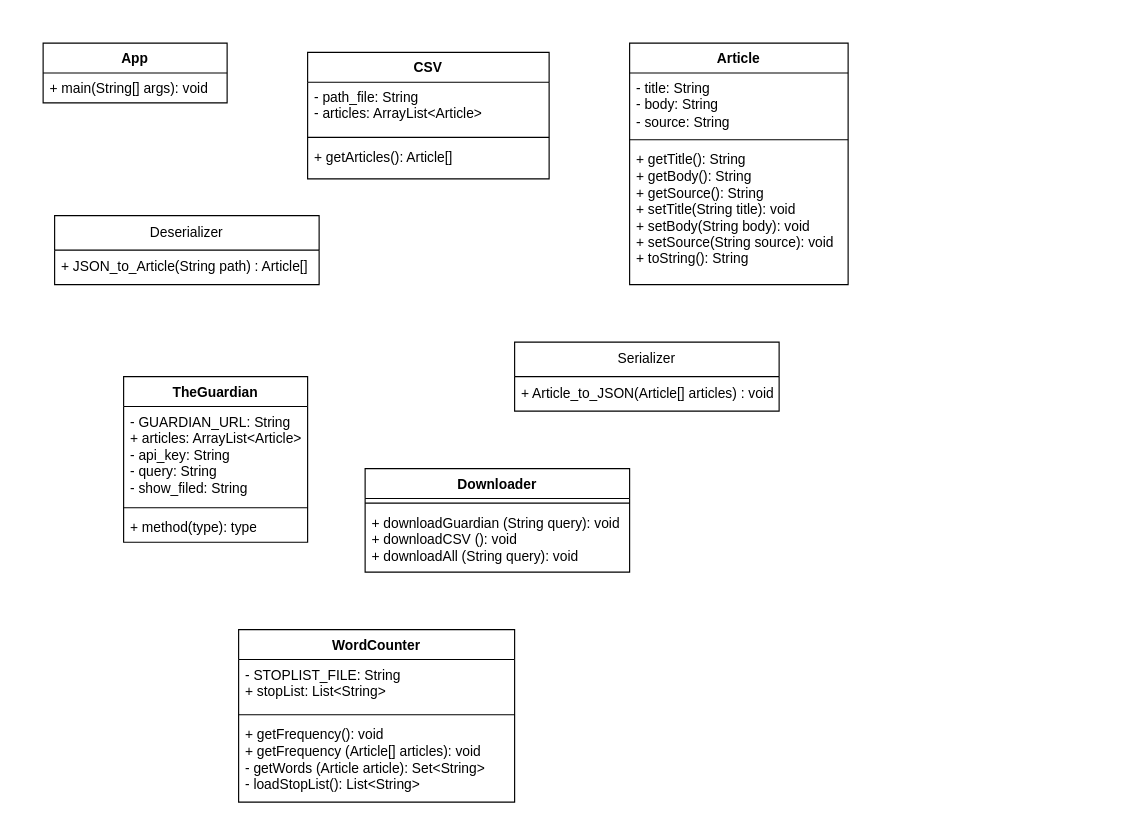
Before: documentations/Diagramma senza titolo.drawio in giova211001/EIS_Project, a draw.io diagram. Source tidied: cells renumbered, new cells numbered last; positions are measured from the earlier drawing's top-left corner, leaving out a move shared by most shapes. Both pictures are drawn from the tidied source at 115%, with x=0, y=0 at pixel (43, 43).
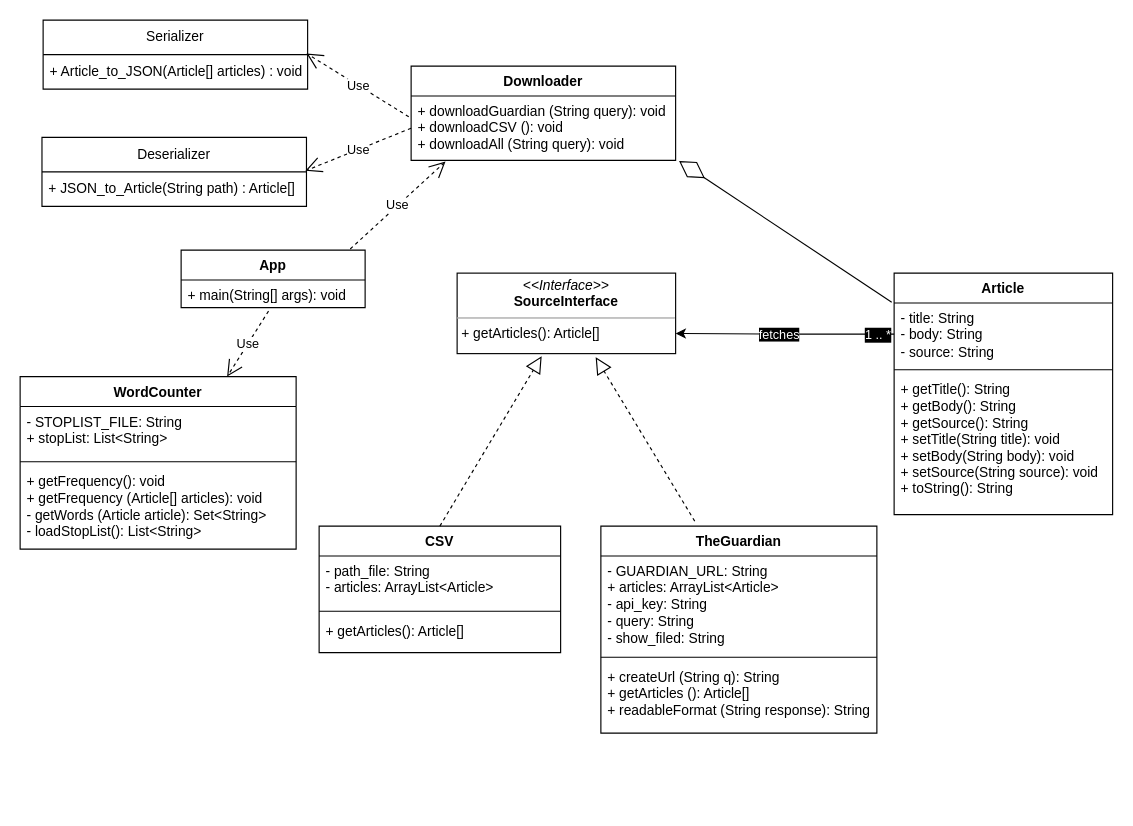
The same diagram, later.

The change refers to these unchanged cells:
```xml
<mxCell id="3" value="+ JSON_to_Article(String path) : Article[]" style="text;strokeColor=none;fillColor=none;align=left;verticalAlign=middle;spacingLeft=4;spacingRight=4;overflow=hidden;points=[[0,0.5],[1,0.5]];portConstraint=eastwest;whiteSpace=wrap;html=1;" parent="2" vertex="1">
  <mxGeometry y="30" width="230" height="30" as="geometry" />
</mxCell>
<mxCell id="5" value="+ Article_to_JSON(Article[] articles) : void" style="text;strokeColor=none;fillColor=none;align=left;verticalAlign=middle;spacingLeft=4;spacingRight=4;overflow=hidden;points=[[0,0.5],[1,0.5]];portConstraint=eastwest;whiteSpace=wrap;html=1;" parent="4" vertex="1">
  <mxGeometry y="30" width="230" height="30" as="geometry" />
</mxCell>
<mxCell id="7" value="- title: String&lt;br&gt;- body: String&lt;br&gt;- source: String" style="text;strokeColor=none;fillColor=none;align=left;verticalAlign=top;spacingLeft=4;spacingRight=4;overflow=hidden;points=[[0,0.5],[1,0.5]];portConstraint=eastwest;whiteSpace=wrap;html=1;" parent="6" vertex="1">
  <mxGeometry y="26" width="190" height="54" as="geometry" />
</mxCell>
```

The edit, as a diff of the source:
```diff
@@
     <mxCell id="2" value="Deserializer" style="swimlane;fontStyle=0;horizontal=1;startSize=30;whiteSpace=wrap;html=1;" parent="1" vertex="1">
-      <mxGeometry x="10" y="150" width="230" height="60" as="geometry" />
+      <mxGeometry x="-1" y="82" width="230" height="60" as="geometry" />
     </mxCell>
@@
     <mxCell id="4" value="Serializer" style="swimlane;fontStyle=0;horizontal=1;startSize=30;whiteSpace=wrap;html=1;" parent="1" vertex="1">
-      <mxGeometry x="410" y="260" width="230" height="60" as="geometry" />
+      <mxGeometry y="-20" width="230" height="60" as="geometry" />
     </mxCell>
@@
     <mxCell id="6" value="Article" style="swimlane;fontStyle=1;align=center;verticalAlign=top;horizontal=1;startSize=26;whiteSpace=wrap;html=1;" parent="1" vertex="1">
-      <mxGeometry x="510" width="190" height="210" as="geometry" />
+      <mxGeometry x="740" y="200" width="190" height="210" as="geometry" />
     </mxCell>
@@
     <mxCell id="10" value="App" style="swimlane;fontStyle=1;align=center;verticalAlign=top;horizontal=1;startSize=26;whiteSpace=wrap;html=1;" parent="1" vertex="1">
-      <mxGeometry width="160" height="52" as="geometry" />
+      <mxGeometry x="120" y="180" width="160" height="50" as="geometry" />
     </mxCell>
     <mxCell id="11" value="+ main(String[] args): void" style="text;strokeColor=none;fillColor=none;align=left;verticalAlign=top;spacingLeft=4;spacingRight=4;overflow=hidden;points=[[0,0.5],[1,0.5]];portConstraint=eastwest;whiteSpace=wrap;html=1;" parent="10" vertex="1">
-      <mxGeometry y="26" width="160" height="26" as="geometry" />
+      <mxGeometry y="26" width="160" height="24" as="geometry" />
     </mxCell>
     <mxCell id="12" value="CSV" style="swimlane;fontStyle=1;align=center;verticalAlign=top;horizontal=1;startSize=26;whiteSpace=wrap;html=1;" parent="1" vertex="1">
-      <mxGeometry x="230" y="8" width="210" height="110" as="geometry" />
+      <mxGeometry x="240" y="420" width="210" height="110" as="geometry" />
     </mxCell>
@@
     <mxCell id="16" value="TheGuardian" style="swimlane;fontStyle=1;align=center;verticalAlign=top;horizontal=1;startSize=26;whiteSpace=wrap;html=1;" parent="1" vertex="1">
-      <mxGeometry x="70" y="290" width="160" height="144" as="geometry" />
+      <mxGeometry x="485" y="420" width="240" height="180" as="geometry" />
     </mxCell>
     <mxCell id="17" value="- GUARDIAN_URL: String&lt;br&gt;+ articles: ArrayList&amp;lt;Article&amp;gt;&lt;br&gt;- api_key: String&lt;br&gt;- query: String&lt;br&gt;- show_filed: String" style="text;strokeColor=none;fillColor=none;align=left;verticalAlign=top;spacingLeft=4;spacingRight=4;overflow=hidden;whiteSpace=wrap;html=1;" parent="16" vertex="1">
-      <mxGeometry y="26" width="160" height="84" as="geometry" />
+      <mxGeometry y="26" width="240" height="84" as="geometry" />
     </mxCell>
     <mxCell id="18" style="line;strokeWidth=1;fillColor=none;align=left;verticalAlign=middle;spacingTop=-1;spacingLeft=3;spacingRight=3;labelPosition=right;strokeColor=inherit;" parent="16" vertex="1">
-      <mxGeometry y="110" width="160" height="8" as="geometry" />
+      <mxGeometry y="110" width="240" height="8" as="geometry" />
     </mxCell>
-    <mxCell id="19" value="+ method(type): type" style="text;strokeColor=none;fillColor=none;align=left;verticalAlign=top;spacingLeft=4;spacingRight=4;overflow=hidden;whiteSpace=wrap;html=1;" parent="16" vertex="1">
-      <mxGeometry y="118" width="160" height="26" as="geometry" />
+    <mxCell id="19" value="+ createUrl (String q): String&lt;br&gt;+ getArticles (): Article[]&lt;br&gt;+ readableFormat (String response): String" style="text;strokeColor=none;fillColor=none;align=left;verticalAlign=top;spacingLeft=4;spacingRight=4;overflow=hidden;whiteSpace=wrap;html=1;" parent="16" vertex="1">
+      <mxGeometry y="118" width="240" height="62" as="geometry" />
     </mxCell>
     <mxCell id="20" value="Downloader" style="swimlane;fontStyle=1;align=center;verticalAlign=top;horizontal=1;startSize=26;whiteSpace=wrap;html=1;" parent="1" vertex="1">
-      <mxGeometry x="280" y="370" width="230" height="90" as="geometry" />
+      <mxGeometry x="320" y="20" width="230" height="82" as="geometry" />
     </mxCell>
-    <mxCell id="21" style="line;strokeWidth=1;fillColor=none;align=left;verticalAlign=middle;spacingTop=-1;spacingLeft=3;spacingRight=3;labelPosition=right;strokeColor=inherit;" parent="20" vertex="1">
-      <mxGeometry y="26" width="230" height="8" as="geometry" />
-    </mxCell>
     <mxCell id="22" value="+ downloadGuardian (String query): void&lt;br&gt;+ downloadCSV (): void&lt;br&gt;+ downloadAll (String query): void" style="text;strokeColor=none;fillColor=none;align=left;verticalAlign=top;spacingLeft=4;spacingRight=4;overflow=hidden;points=[[0,0.5],[1,0.5]];portConstraint=eastwest;whiteSpace=wrap;html=1;" parent="20" vertex="1">
-      <mxGeometry y="34" width="230" height="56" as="geometry" />
+      <mxGeometry y="26" width="230" height="56" as="geometry" />
     </mxCell>
     <mxCell id="23" value="WordCounter" style="swimlane;fontStyle=1;align=center;verticalAlign=top;horizontal=1;startSize=26;whiteSpace=wrap;html=1;" parent="1" vertex="1">
-      <mxGeometry x="170" y="510" width="240" height="150" as="geometry" />
+      <mxGeometry x="-20" y="290" width="240" height="150" as="geometry" />
     </mxCell>
@@
+    <mxCell id="27" value="&lt;p style=&quot;margin:0px;margin-top:4px;text-align:center;&quot;&gt;&lt;i&gt;&amp;lt;&amp;lt;Interface&amp;gt;&amp;gt;&lt;/i&gt;&lt;br&gt;&lt;b&gt;SourceInterface&lt;/b&gt;&lt;/p&gt;&lt;hr size=&quot;1&quot;&gt;&lt;p style=&quot;margin:0px;margin-left:4px;&quot;&gt;&lt;/p&gt;&lt;p style=&quot;margin:0px;margin-left:4px;&quot;&gt;+ getArticles(): Article[]&amp;nbsp;&lt;br&gt;&lt;/p&gt;" style="verticalAlign=top;align=left;overflow=fill;fontSize=12;fontFamily=Helvetica;html=1;whiteSpace=wrap;" parent="1" vertex="1">
+      <mxGeometry x="360" y="200" width="190" height="70" as="geometry" />
+    </mxCell>
+    <mxCell id="28" style="edgeStyle=orthogonalEdgeStyle;rounded=0;jettySize=auto;html=1;entryX=1;entryY=0.75;entryDx=0;entryDy=0;" parent="1" edge="1" source="7" target="27">
+      <mxGeometry relative="1" as="geometry" />
+    </mxCell>
+    <mxCell id="29" value="&lt;span style=&quot;background-color: rgb(0, 0, 0);&quot;&gt;&lt;font color=&quot;#ffffff&quot;&gt;fetches&lt;/font&gt;&lt;/span&gt;" style="edgeLabel;html=1;align=center;verticalAlign=middle;" parent="28" vertex="1">
+      <mxGeometry y="4" relative="1" as="geometry">
+        <mxPoint x="-2" as="offset" />
+      </mxGeometry>
+    </mxCell>
+    <mxCell id="30" value="1 .. *" style="edgeLabel;html=1;align=center;verticalAlign=middle;fontColor=#FFFFFF;labelBackgroundColor=#000000;" parent="28" vertex="1">
+      <mxGeometry x="-0.89" y="2" relative="1" as="geometry">
+        <mxPoint x="-5" y="-2" as="offset" />
+      </mxGeometry>
+    </mxCell>
+    <mxCell id="31" style="endArrow=block;dashed=1;endFill=0;endSize=12;html=1;rounded=0;exitX=0.5;exitY=0;exitDx=0;exitDy=0;entryX=0.387;entryY=1.032;entryDx=0;entryDy=0;entryPerimeter=0;" parent="1" edge="1" source="12" target="27">
+      <mxGeometry relative="1" as="geometry" />
+    </mxCell>
+    <mxCell id="32" style="endArrow=block;dashed=1;endFill=0;endSize=12;html=1;rounded=0;exitX=0.34;exitY=-0.024;exitDx=0;exitDy=0;exitPerimeter=0;entryX=0.634;entryY=1.045;entryDx=0;entryDy=0;entryPerimeter=0;" parent="1" edge="1" source="16" target="27">
+      <mxGeometry relative="1" as="geometry" />
+    </mxCell>
+    <mxCell id="33" style="endArrow=diamondThin;endFill=0;endSize=24;html=1;rounded=0;exitX=-0.011;exitY=-0.013;exitDx=0;exitDy=0;exitPerimeter=0;entryX=1.013;entryY=1.009;entryDx=0;entryDy=0;entryPerimeter=0;" parent="1" edge="1" source="7" target="22">
+      <mxGeometry relative="1" as="geometry" />
+    </mxCell>
+    <mxCell id="34" value="Use" style="endArrow=open;endSize=12;dashed=1;html=1;rounded=0;exitX=-0.009;exitY=0.321;exitDx=0;exitDy=0;exitPerimeter=0;entryX=0.996;entryY=-0.033;entryDx=0;entryDy=0;entryPerimeter=0;" parent="1" edge="1" source="22" target="5">
+      <mxGeometry relative="1" as="geometry" />
+    </mxCell>
+    <mxCell id="35" value="Use" style="endArrow=open;endSize=12;dashed=1;html=1;rounded=0;exitX=0;exitY=0.5;exitDx=0;exitDy=0;entryX=0.996;entryY=-0.033;entryDx=0;entryDy=0;entryPerimeter=0;" parent="1" edge="1" source="22" target="3">
+      <mxGeometry relative="1" as="geometry" />
+    </mxCell>
+    <mxCell id="36" value="Use" style="endArrow=open;endSize=12;dashed=1;html=1;rounded=0;exitX=0.919;exitY=-0.02;exitDx=0;exitDy=0;entryX=0.13;entryY=1.018;entryDx=0;entryDy=0;entryPerimeter=0;exitPerimeter=0;" parent="1" edge="1" source="10" target="22">
+      <mxGeometry relative="1" as="geometry" />
+    </mxCell>
+    <mxCell id="37" value="Use" style="endArrow=open;endSize=12;dashed=1;html=1;rounded=0;exitX=0.475;exitY=1.125;exitDx=0;exitDy=0;entryX=0.75;entryY=0;entryDx=0;entryDy=0;exitPerimeter=0;" parent="1" edge="1" source="11" target="23">
+      <mxGeometry relative="1" as="geometry" />
+    </mxCell>
```
